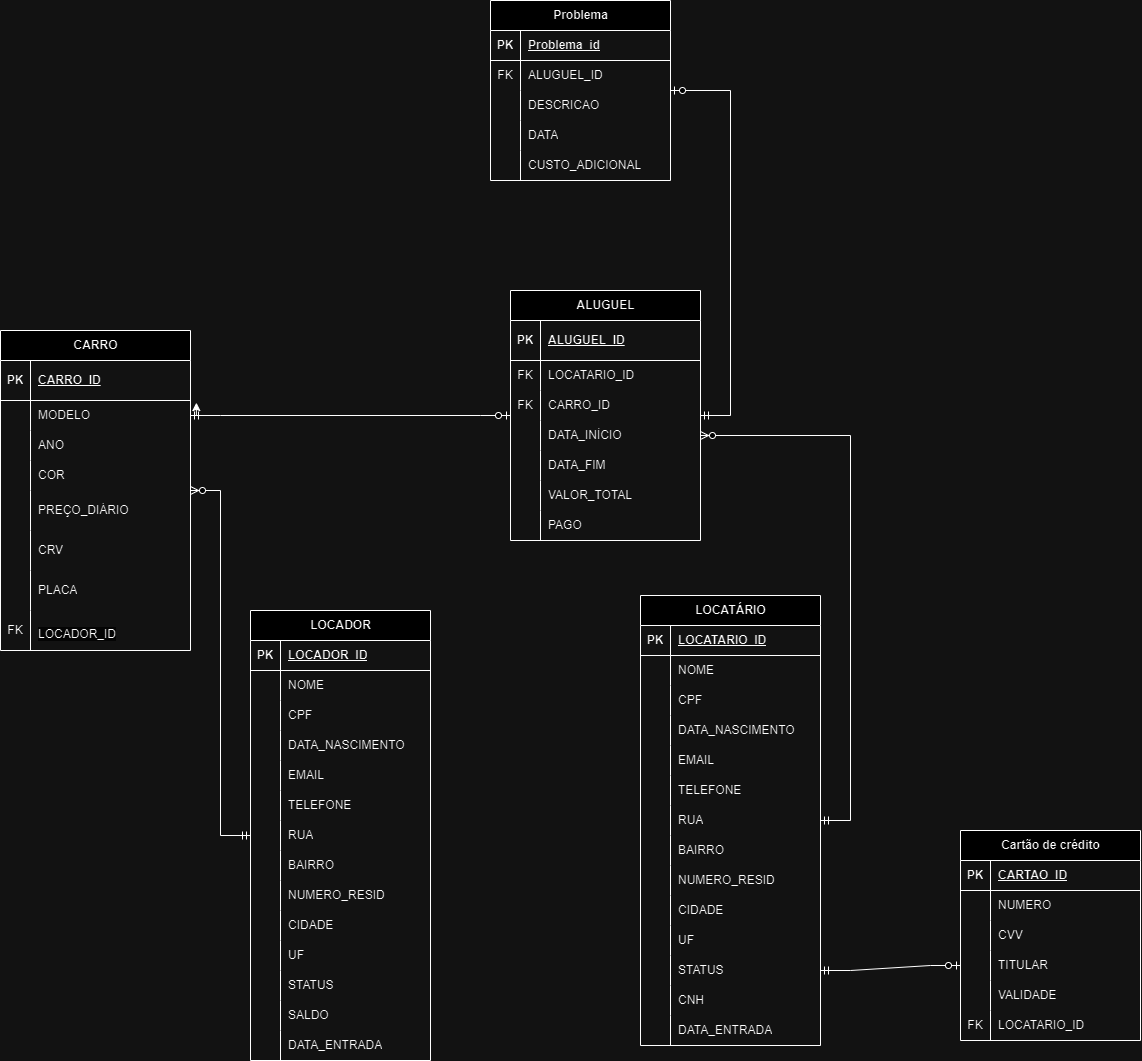
ICEI-PUC-Minas-PPLES-TI/plf-es-2024-1-ti2-1372100-grupo-1-wheelson keeps this draw.io diagram as assets/database/ModeloRelacional.png. Above is the earlier version. Source tidied: cells renumbered, new cells last; positions are measured from the earlier drawing's top-left corner, leaving out a move shared by most shapes.
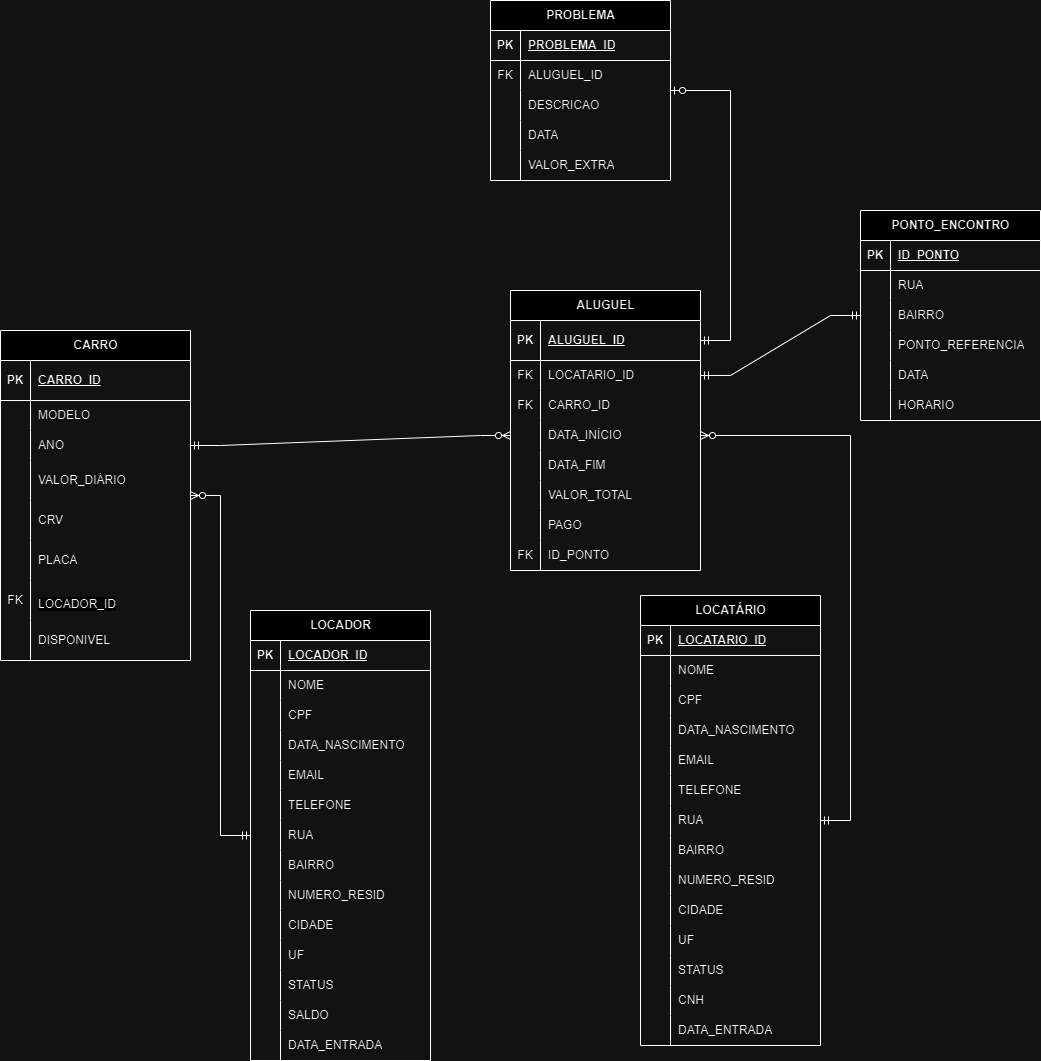
After the change.

Commit message:
Atualização Modelo relacional #20

Change to the diagram source:
```diff
@@ -262,3 +262,3 @@
     </mxCell>
-    <mxCell id="88" value="Problema" style="shape=table;startSize=30;rowLines=0;fontStyle=1;align=center;html=1;" parent="1" vertex="1">
+    <mxCell id="88" value="PROBLEMA" style="shape=table;startSize=30;rowLines=0;fontStyle=1;align=center;html=1;" parent="1" vertex="1">
       <mxGeometry x="490" width="180" height="180" as="geometry" />
@@ -271,3 +271,3 @@
     </mxCell>
-    <mxCell id="91" value="Problema_id" style="shape=partialRectangle;fillColor=none;top=0;left=0;bottom=0;right=0;align=left;spacingLeft=6;fontStyle=5;overflow=hidden;whiteSpace=wrap;html=1;" parent="89" vertex="1">
+    <mxCell id="91" value="PROBLEMA_ID" style="shape=partialRectangle;fillColor=none;top=0;left=0;bottom=0;right=0;align=left;spacingLeft=6;fontStyle=5;overflow=hidden;whiteSpace=wrap;html=1;" parent="89" vertex="1">
       <mxGeometry x="30" width="150" height="30" as="geometry" />
@@ -307,64 +307,7 @@
     </mxCell>
-    <mxCell id="103" value="CUSTO_ADICIONAL" style="shape=partialRectangle;fillColor=none;top=0;left=0;bottom=0;right=0;align=left;spacingLeft=6;overflow=hidden;whiteSpace=wrap;html=1;" parent="101" vertex="1">
+    <mxCell id="103" value="VALOR_EXTRA" style="shape=partialRectangle;fillColor=none;top=0;left=0;bottom=0;right=0;align=left;spacingLeft=6;overflow=hidden;whiteSpace=wrap;html=1;" parent="101" vertex="1">
       <mxGeometry x="30" width="150" height="30" as="geometry" />
     </mxCell>
-    <mxCell id="104" value="Cartão de crédito" style="shape=table;startSize=30;rowLines=0;fontStyle=1;align=center;html=1;" parent="1" vertex="1">
-      <mxGeometry x="960" y="830" width="180" height="210" as="geometry" />
-    </mxCell>
-    <mxCell id="105" style="shape=tableRow;horizontal=0;startSize=0;swimlaneHead=0;swimlaneBody=0;fillColor=none;top=0;left=0;right=0;bottom=1;" parent="104" vertex="1">
-      <mxGeometry y="30" width="180" height="30" as="geometry" />
-    </mxCell>
-    <mxCell id="106" value="PK" style="shape=partialRectangle;fillColor=none;top=0;left=0;bottom=0;right=0;fontStyle=1;overflow=hidden;whiteSpace=wrap;html=1;" parent="105" vertex="1">
-      <mxGeometry width="30" height="30" as="geometry" />
-    </mxCell>
-    <mxCell id="107" value="CARTAO_ID" style="shape=partialRectangle;fillColor=none;top=0;left=0;bottom=0;right=0;align=left;spacingLeft=6;fontStyle=5;overflow=hidden;whiteSpace=wrap;html=1;" parent="105" vertex="1">
-      <mxGeometry x="30" width="150" height="30" as="geometry" />
-    </mxCell>
-    <mxCell id="108" style="shape=tableRow;horizontal=0;startSize=0;swimlaneHead=0;swimlaneBody=0;fillColor=none;top=0;left=0;right=0;bottom=0;" parent="104" vertex="1">
-      <mxGeometry y="60" width="180" height="30" as="geometry" />
-    </mxCell>
-    <mxCell id="109" style="shape=partialRectangle;fillColor=none;top=0;left=0;bottom=0;right=0;overflow=hidden;whiteSpace=wrap;html=1;" parent="108" vertex="1">
-      <mxGeometry width="30" height="30" as="geometry" />
-    </mxCell>
-    <mxCell id="110" value="NUMERO" style="shape=partialRectangle;fillColor=none;top=0;left=0;bottom=0;right=0;align=left;spacingLeft=6;overflow=hidden;whiteSpace=wrap;html=1;" parent="108" vertex="1">
-      <mxGeometry x="30" width="150" height="30" as="geometry" />
-    </mxCell>
-    <mxCell id="111" style="shape=tableRow;horizontal=0;startSize=0;swimlaneHead=0;swimlaneBody=0;fillColor=none;top=0;left=0;right=0;bottom=0;" parent="104" vertex="1">
-      <mxGeometry y="90" width="180" height="30" as="geometry" />
-    </mxCell>
-    <mxCell id="112" style="shape=partialRectangle;fillColor=none;top=0;left=0;bottom=0;right=0;overflow=hidden;whiteSpace=wrap;html=1;" parent="111" vertex="1">
-      <mxGeometry width="30" height="30" as="geometry" />
-    </mxCell>
-    <mxCell id="113" value="CVV" style="shape=partialRectangle;fillColor=none;top=0;left=0;bottom=0;right=0;align=left;spacingLeft=6;overflow=hidden;whiteSpace=wrap;html=1;" parent="111" vertex="1">
-      <mxGeometry x="30" width="150" height="30" as="geometry" />
-    </mxCell>
-    <mxCell id="114" style="shape=tableRow;horizontal=0;startSize=0;swimlaneHead=0;swimlaneBody=0;fillColor=none;points=[[0,0.5],[1,0.5]];portConstraint=eastwest;top=0;left=0;right=0;bottom=0;" parent="104" vertex="1">
-      <mxGeometry y="120" width="180" height="30" as="geometry" />
-    </mxCell>
-    <mxCell id="115" style="shape=partialRectangle;fillColor=none;top=0;left=0;bottom=0;right=0;overflow=hidden;whiteSpace=wrap;html=1;" parent="114" vertex="1">
-      <mxGeometry width="30" height="30" as="geometry" />
-    </mxCell>
-    <mxCell id="116" value="TITULAR" style="shape=partialRectangle;fillColor=none;top=0;left=0;bottom=0;right=0;align=left;spacingLeft=6;overflow=hidden;whiteSpace=wrap;html=1;" parent="114" vertex="1">
-      <mxGeometry x="30" width="150" height="30" as="geometry" />
-    </mxCell>
-    <mxCell id="117" style="shape=tableRow;horizontal=0;startSize=0;swimlaneHead=0;swimlaneBody=0;fillColor=none;top=0;left=0;right=0;bottom=0;" parent="104" vertex="1">
-      <mxGeometry y="150" width="180" height="30" as="geometry" />
-    </mxCell>
-    <mxCell id="118" style="shape=partialRectangle;fillColor=none;top=0;left=0;bottom=0;right=0;overflow=hidden;whiteSpace=wrap;html=1;" parent="117" vertex="1">
-      <mxGeometry width="30" height="30" as="geometry" />
-    </mxCell>
-    <mxCell id="119" value="VALIDADE" style="shape=partialRectangle;fillColor=none;top=0;left=0;bottom=0;right=0;align=left;spacingLeft=6;overflow=hidden;whiteSpace=wrap;html=1;" parent="117" vertex="1">
-      <mxGeometry x="30" width="150" height="30" as="geometry" />
-    </mxCell>
-    <mxCell id="120" style="shape=tableRow;horizontal=0;startSize=0;swimlaneHead=0;swimlaneBody=0;fillColor=none;top=0;left=0;right=0;bottom=0;" parent="104" vertex="1">
-      <mxGeometry y="180" width="180" height="30" as="geometry" />
-    </mxCell>
-    <mxCell id="121" value="FK" style="shape=partialRectangle;fillColor=none;top=0;left=0;bottom=0;right=0;overflow=hidden;whiteSpace=wrap;html=1;" parent="120" vertex="1">
-      <mxGeometry width="30" height="30" as="geometry" />
-    </mxCell>
-    <mxCell id="122" value="LOCATARIO_ID" style="shape=partialRectangle;fillColor=none;top=0;left=0;bottom=0;right=0;align=left;spacingLeft=6;overflow=hidden;whiteSpace=wrap;html=1;" parent="120" vertex="1">
-      <mxGeometry x="30" width="150" height="30" as="geometry" />
-    </mxCell>
     <mxCell id="123" value="ALUGUEL" style="shape=table;startSize=30;rowLines=0;fontStyle=1;align=center;html=1;" parent="1" vertex="1">
-      <mxGeometry x="510" y="290" width="190" height="250" as="geometry" />
+      <mxGeometry x="510" y="290" width="190" height="280" as="geometry" />
     </mxCell>
@@ -433,2 +376,11 @@
     </mxCell>
+    <mxCell id="176" style="shape=tableRow;horizontal=0;startSize=0;swimlaneHead=0;swimlaneBody=0;fillColor=none;top=0;left=0;right=0;bottom=0;" parent="123" vertex="1">
+      <mxGeometry y="250" width="190" height="30" as="geometry" />
+    </mxCell>
+    <mxCell id="121" value="FK" style="shape=partialRectangle;fillColor=none;top=0;left=0;bottom=0;right=0;overflow=hidden;whiteSpace=wrap;html=1;" parent="176" vertex="1">
+      <mxGeometry width="30" height="30" as="geometry" />
+    </mxCell>
+    <mxCell id="177" value="ID_PONTO" style="shape=partialRectangle;fillColor=none;top=0;left=0;bottom=0;right=0;align=left;spacingLeft=6;overflow=hidden;whiteSpace=wrap;html=1;" parent="176" vertex="1">
+      <mxGeometry x="30" width="160" height="30" as="geometry" />
+    </mxCell>
     <mxCell id="145" style="edgeStyle=entityRelationEdgeStyle;fontSize=12;html=1;endArrow=ERzeroToMany;startArrow=ERmandOne;rounded=0;" parent="1" edge="1" source="2" target="148">
@@ -436,5 +388,2 @@
     </mxCell>
-    <mxCell id="146" style="edgeStyle=entityRelationEdgeStyle;fontSize=12;html=1;endArrow=ERzeroToOne;startArrow=ERmandOne;rounded=0;exitX=1;exitY=0.5;exitDx=0;exitDy=0;" parent="1" edge="1" source="152" target="123">
-      <mxGeometry relative="1" as="geometry" />
-    </mxCell>
     <mxCell id="147" style="edgeStyle=entityRelationEdgeStyle;fontSize=12;html=1;endArrow=ERzeroToMany;startArrow=ERmandOne;rounded=0;entryX=1;entryY=0.5;entryDx=0;entryDy=0;" parent="1" edge="1" source="45" target="133">
@@ -443,3 +392,3 @@
     <mxCell id="148" value="CARRO" style="shape=table;startSize=30;rowLines=0;fontStyle=1;align=center;html=1;" parent="1" vertex="1">
-      <mxGeometry y="330" width="190" height="320" as="geometry" />
+      <mxGeometry y="330" width="190" height="330" as="geometry" />
     </mxCell>
@@ -472,13 +421,4 @@
     </mxCell>
-    <mxCell id="158" style="shape=tableRow;horizontal=0;startSize=0;swimlaneHead=0;swimlaneBody=0;fillColor=none;top=0;left=0;right=0;bottom=0;" parent="148" vertex="1">
-      <mxGeometry y="130" width="190" height="30" as="geometry" />
-    </mxCell>
-    <mxCell id="159" style="shape=partialRectangle;fillColor=none;top=0;left=0;bottom=0;right=0;overflow=hidden;whiteSpace=wrap;html=1;" parent="158" vertex="1">
-      <mxGeometry width="30" height="30" as="geometry" />
-    </mxCell>
-    <mxCell id="160" value="COR" style="shape=partialRectangle;fillColor=none;top=0;left=0;bottom=0;right=0;align=left;spacingLeft=6;overflow=hidden;whiteSpace=wrap;html=1;" parent="158" vertex="1">
-      <mxGeometry x="30" width="160" height="30" as="geometry" />
-    </mxCell>
     <mxCell id="161" style="shape=tableRow;horizontal=0;startSize=0;swimlaneHead=0;swimlaneBody=0;fillColor=none;top=0;left=0;right=0;bottom=0;" parent="148" vertex="1">
-      <mxGeometry y="160" width="190" height="40" as="geometry" />
+      <mxGeometry y="130" width="190" height="40" as="geometry" />
     </mxCell>
@@ -487,3 +427,3 @@
     </mxCell>
-    <mxCell id="163" value="PREÇO_DIÁRIO" style="shape=partialRectangle;fillColor=none;top=0;left=0;bottom=0;right=0;align=left;spacingLeft=6;overflow=hidden;whiteSpace=wrap;html=1;" parent="161" vertex="1">
+    <mxCell id="163" value="VALOR_DIÁRIO" style="shape=partialRectangle;fillColor=none;top=0;left=0;bottom=0;right=0;align=left;spacingLeft=6;overflow=hidden;whiteSpace=wrap;html=1;" parent="161" vertex="1">
       <mxGeometry x="30" width="160" height="40" as="geometry" />
@@ -491,3 +431,3 @@
     <mxCell id="164" style="shape=tableRow;horizontal=0;startSize=0;swimlaneHead=0;swimlaneBody=0;fillColor=none;top=0;left=0;right=0;bottom=0;" parent="148" vertex="1">
-      <mxGeometry y="200" width="190" height="40" as="geometry" />
+      <mxGeometry y="170" width="190" height="40" as="geometry" />
     </mxCell>
@@ -500,3 +440,3 @@
     <mxCell id="167" style="shape=tableRow;horizontal=0;startSize=0;swimlaneHead=0;swimlaneBody=0;fillColor=none;top=0;left=0;right=0;bottom=0;" parent="148" vertex="1">
-      <mxGeometry y="240" width="190" height="40" as="geometry" />
+      <mxGeometry y="210" width="190" height="40" as="geometry" />
     </mxCell>
@@ -509,3 +449,3 @@
     <mxCell id="170" style="shape=tableRow;horizontal=0;startSize=0;swimlaneHead=0;swimlaneBody=0;fillColor=none;top=0;left=0;right=0;bottom=0;" parent="148" vertex="1">
-      <mxGeometry y="280" width="190" height="40" as="geometry" />
+      <mxGeometry y="250" width="190" height="40" as="geometry" />
     </mxCell>
@@ -517,6 +457,12 @@
     </mxCell>
-    <mxCell id="173" style="edgeStyle=orthogonalEdgeStyle;rounded=0;orthogonalLoop=1;jettySize=auto;html=1;exitX=1;exitY=0.5;exitDx=0;exitDy=0;entryX=1.031;entryY=0.071;entryDx=0;entryDy=0;entryPerimeter=0;" parent="148" edge="1" source="152" target="152">
-      <mxGeometry relative="1" as="geometry" />
-    </mxCell>
+    <mxCell id="178" style="shape=tableRow;horizontal=0;startSize=0;swimlaneHead=0;swimlaneBody=0;fillColor=none;top=0;left=0;right=0;bottom=0;" parent="148" vertex="1">
+      <mxGeometry y="290" width="190" height="40" as="geometry" />
+    </mxCell>
+    <mxCell id="179" style="shape=partialRectangle;fillColor=none;top=0;left=0;bottom=0;right=0;overflow=hidden;whiteSpace=wrap;html=1;" parent="178" vertex="1">
+      <mxGeometry width="30" height="40" as="geometry" />
+    </mxCell>
+    <mxCell id="180" value="DISPONIVEL" style="shape=partialRectangle;fillColor=none;top=0;left=0;bottom=0;right=0;align=left;spacingLeft=6;overflow=hidden;whiteSpace=wrap;html=1;" parent="178" vertex="1">
+      <mxGeometry x="30" width="160" height="40" as="geometry" />
+    </mxCell>
-    <mxCell id="174" style="edgeStyle=entityRelationEdgeStyle;fontSize=12;html=1;endArrow=ERzeroToOne;startArrow=ERmandOne;rounded=0;" parent="1" edge="1" source="123" target="88">
+    <mxCell id="174" style="edgeStyle=entityRelationEdgeStyle;fontSize=12;html=1;endArrow=ERzeroToOne;startArrow=ERmandOne;rounded=0;" parent="1" edge="1" source="124" target="88">
       <mxGeometry relative="1" as="geometry">
@@ -529,5 +475,65 @@
     </mxCell>
-    <mxCell id="175" style="edgeStyle=entityRelationEdgeStyle;fontSize=12;html=1;endArrow=ERzeroToOne;startArrow=ERmandOne;rounded=0;exitX=1;exitY=0.5;exitDx=0;exitDy=0;entryX=0;entryY=0.5;entryDx=0;entryDy=0;" parent="1" edge="1" source="79" target="114">
-      <mxGeometry relative="1" as="geometry" />
-    </mxCell>
+    <mxCell id="181" style="edgeStyle=entityRelationEdgeStyle;fontSize=12;html=1;endArrow=ERzeroToMany;startArrow=ERmandOne;rounded=0;exitX=1;exitY=0.5;exitDx=0;exitDy=0;entryX=0;entryY=0.5;entryDx=0;entryDy=0;" parent="1" edge="1" source="155" target="133">
+      <mxGeometry relative="1" as="geometry" />
+    </mxCell>
+    <mxCell id="182" value="PONTO_ENCONTRO" style="shape=table;startSize=30;rowLines=0;fontStyle=1;align=center;html=1;" parent="1" vertex="1">
+      <mxGeometry x="860" y="210" width="180" height="210" as="geometry" />
+    </mxCell>
+    <mxCell id="105" style="shape=tableRow;horizontal=0;startSize=0;swimlaneHead=0;swimlaneBody=0;fillColor=none;top=0;left=0;right=0;bottom=1;" parent="182" vertex="1">
+      <mxGeometry y="30" width="180" height="30" as="geometry" />
+    </mxCell>
+    <mxCell id="106" value="PK" style="shape=partialRectangle;fillColor=none;top=0;left=0;bottom=0;right=0;fontStyle=1;overflow=hidden;whiteSpace=wrap;html=1;" parent="105" vertex="1">
+      <mxGeometry width="30" height="30" as="geometry" />
+    </mxCell>
+    <mxCell id="183" value="ID_PONTO" style="shape=partialRectangle;fillColor=none;top=0;left=0;bottom=0;right=0;align=left;spacingLeft=6;fontStyle=5;overflow=hidden;whiteSpace=wrap;html=1;" parent="105" vertex="1">
+      <mxGeometry x="30" width="150" height="30" as="geometry" />
+    </mxCell>
+    <mxCell id="108" style="shape=tableRow;horizontal=0;startSize=0;swimlaneHead=0;swimlaneBody=0;fillColor=none;top=0;left=0;right=0;bottom=0;" parent="182" vertex="1">
+      <mxGeometry y="60" width="180" height="30" as="geometry" />
+    </mxCell>
+    <mxCell id="184" style="shape=partialRectangle;fillColor=none;top=0;left=0;bottom=0;right=0;overflow=hidden;whiteSpace=wrap;html=1;" parent="108" vertex="1">
+      <mxGeometry width="30" height="30" as="geometry" />
+    </mxCell>
+    <mxCell id="185" value="RUA" style="shape=partialRectangle;fillColor=none;top=0;left=0;bottom=0;right=0;align=left;spacingLeft=6;overflow=hidden;whiteSpace=wrap;html=1;" parent="108" vertex="1">
+      <mxGeometry x="30" width="150" height="30" as="geometry" />
+    </mxCell>
+    <mxCell id="111" style="shape=tableRow;horizontal=0;startSize=0;swimlaneHead=0;swimlaneBody=0;fillColor=none;top=0;left=0;right=0;bottom=0;" parent="182" vertex="1">
+      <mxGeometry y="90" width="180" height="30" as="geometry" />
+    </mxCell>
+    <mxCell id="186" style="shape=partialRectangle;fillColor=none;top=0;left=0;bottom=0;right=0;overflow=hidden;whiteSpace=wrap;html=1;" parent="111" vertex="1">
+      <mxGeometry width="30" height="30" as="geometry" />
+    </mxCell>
+    <mxCell id="187" value="BAIRRO" style="shape=partialRectangle;fillColor=none;top=0;left=0;bottom=0;right=0;align=left;spacingLeft=6;overflow=hidden;whiteSpace=wrap;html=1;" parent="111" vertex="1">
+      <mxGeometry x="30" width="150" height="30" as="geometry" />
+    </mxCell>
+    <mxCell id="114" style="shape=tableRow;horizontal=0;startSize=0;swimlaneHead=0;swimlaneBody=0;fillColor=none;points=[[0,0.5],[1,0.5]];portConstraint=eastwest;top=0;left=0;right=0;bottom=0;" parent="182" vertex="1">
+      <mxGeometry y="120" width="180" height="30" as="geometry" />
+    </mxCell>
+    <mxCell id="188" style="shape=partialRectangle;fillColor=none;top=0;left=0;bottom=0;right=0;overflow=hidden;whiteSpace=wrap;html=1;" parent="114" vertex="1">
+      <mxGeometry width="30" height="30" as="geometry" />
+    </mxCell>
+    <mxCell id="189" value="PONTO_REFERENCIA" style="shape=partialRectangle;fillColor=none;top=0;left=0;bottom=0;right=0;align=left;spacingLeft=6;overflow=hidden;whiteSpace=wrap;html=1;" parent="114" vertex="1">
+      <mxGeometry x="30" width="150" height="30" as="geometry" />
+    </mxCell>
+    <mxCell id="117" style="shape=tableRow;horizontal=0;startSize=0;swimlaneHead=0;swimlaneBody=0;fillColor=none;top=0;left=0;right=0;bottom=0;" parent="182" vertex="1">
+      <mxGeometry y="150" width="180" height="30" as="geometry" />
+    </mxCell>
+    <mxCell id="190" style="shape=partialRectangle;fillColor=none;top=0;left=0;bottom=0;right=0;overflow=hidden;whiteSpace=wrap;html=1;" parent="117" vertex="1">
+      <mxGeometry width="30" height="30" as="geometry" />
+    </mxCell>
+    <mxCell id="191" value="DATA" style="shape=partialRectangle;fillColor=none;top=0;left=0;bottom=0;right=0;align=left;spacingLeft=6;overflow=hidden;whiteSpace=wrap;html=1;" parent="117" vertex="1">
+      <mxGeometry x="30" width="150" height="30" as="geometry" />
+    </mxCell>
+    <mxCell id="120" style="shape=tableRow;horizontal=0;startSize=0;swimlaneHead=0;swimlaneBody=0;fillColor=none;top=0;left=0;right=0;bottom=0;" parent="182" vertex="1">
+      <mxGeometry y="180" width="180" height="30" as="geometry" />
+    </mxCell>
+    <mxCell id="192" style="shape=partialRectangle;fillColor=none;top=0;left=0;bottom=0;right=0;overflow=hidden;whiteSpace=wrap;html=1;" parent="120" vertex="1">
+      <mxGeometry width="30" height="30" as="geometry" />
+    </mxCell>
+    <mxCell id="193" value="HORARIO" style="shape=partialRectangle;fillColor=none;top=0;left=0;bottom=0;right=0;align=left;spacingLeft=6;overflow=hidden;whiteSpace=wrap;html=1;" parent="120" vertex="1">
+      <mxGeometry x="30" width="150" height="30" as="geometry" />
+    </mxCell>
+    <mxCell id="194" style="edgeStyle=entityRelationEdgeStyle;fontSize=12;html=1;endArrow=ERmandOne;startArrow=ERmandOne;rounded=0;exitX=1;exitY=0.5;exitDx=0;exitDy=0;" parent="1" edge="1" source="127" target="182">
+      <mxGeometry relative="1" as="geometry" />
+    </mxCell>
   </root>
```
